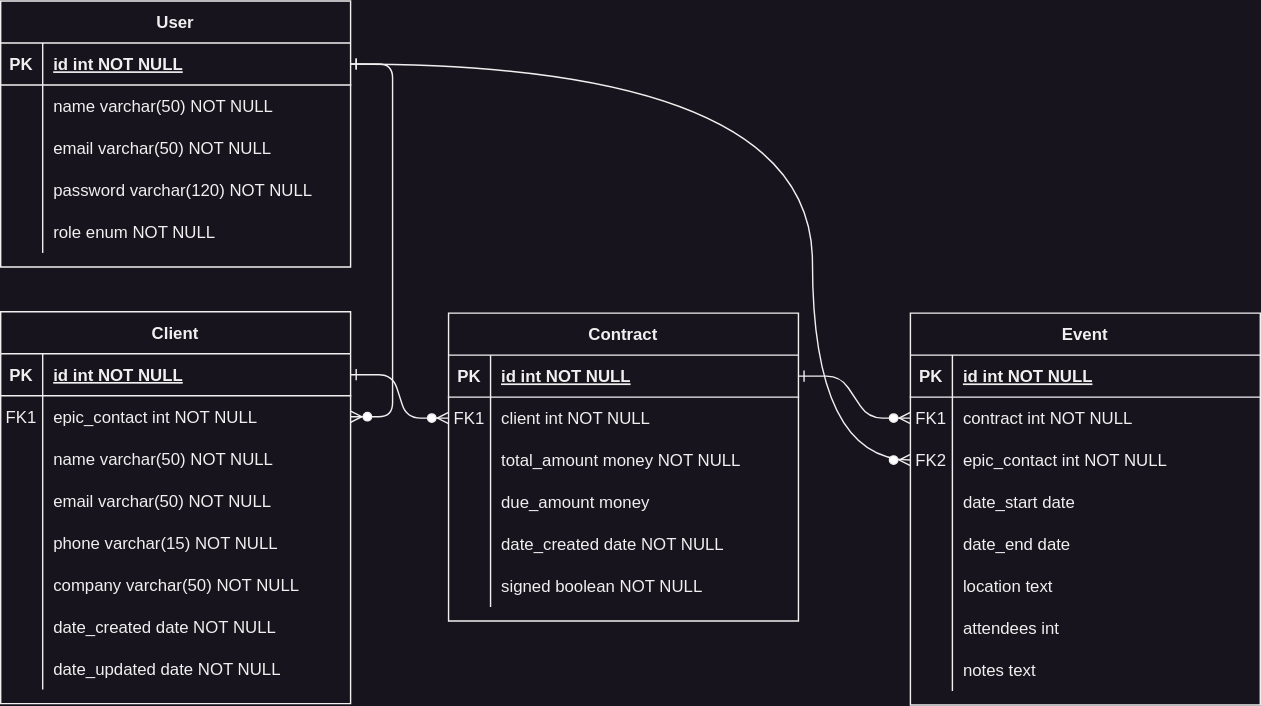
Earlier version of the draw.io export ERD.svg (DaGuinci/epicevents). Source tidied: cells renumbered, new cells last; positions are measured from the earlier drawing's top-left corner, leaving out a move shared by most shapes.
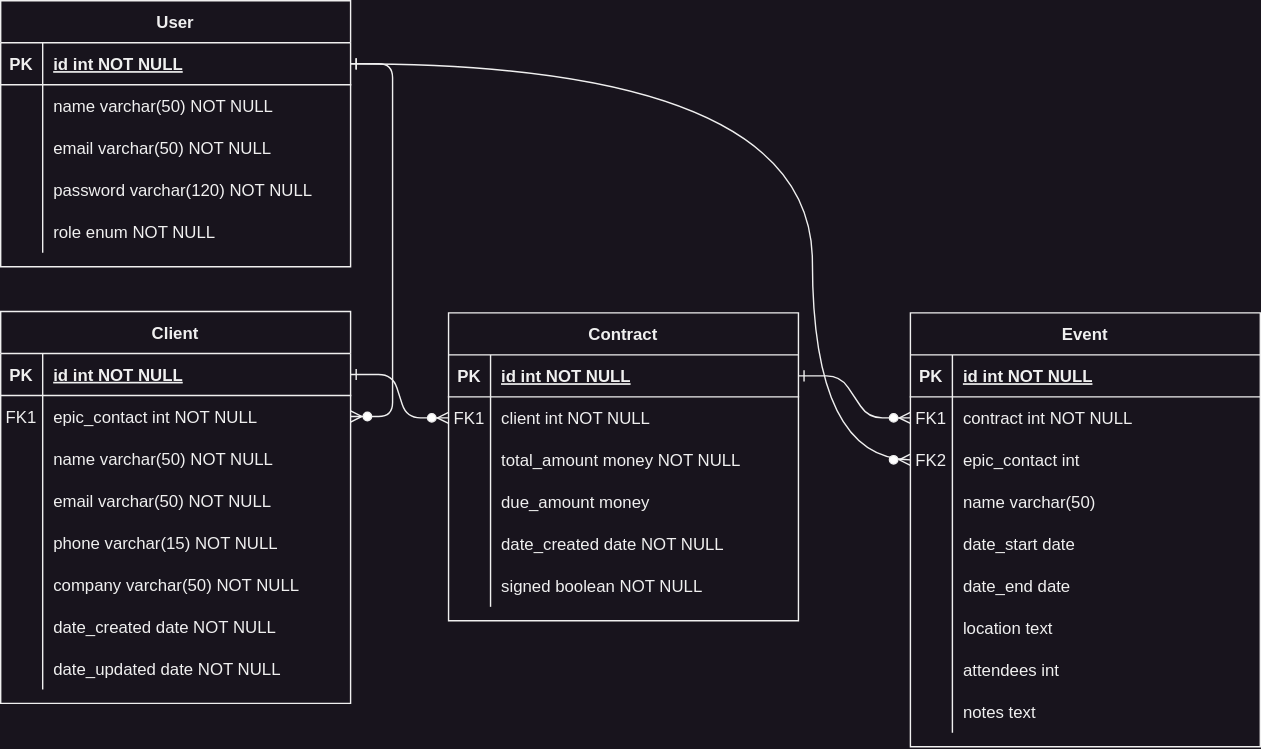
The same diagram one commit later.

The edit, as a diff of the source:
```diff
@@ -189,7 +189,7 @@
       <mxGeometry x="30" width="220" height="30" as="geometry" />
     </mxCell>
     <mxCell id="64" value="Event" style="shape=table;startSize=30;rowLines=0;fontStyle=1;align=center;" parent="1" vertex="1">
-      <mxGeometry x="650" y="223" width="250" height="280" as="geometry" />
+      <mxGeometry x="650" y="223" width="250" height="310" as="geometry" />
     </mxCell>
     <mxCell id="65" style="shape=partialRectangle;fillColor=none;top=0;left=0;right=0;bottom=1;" parent="64" vertex="1">
       <mxGeometry y="30" width="250" height="30" as="geometry" />
@@ -215,11 +215,20 @@
     <mxCell id="72" value="FK2" style="shape=partialRectangle;overflow=hidden;fillColor=none;top=0;left=0;bottom=0;right=0;" parent="71" vertex="1">
       <mxGeometry width="30" height="30" as="geometry" />
     </mxCell>
-    <mxCell id="73" value="epic_contact int NOT NULL" style="shape=partialRectangle;overflow=hidden;fillColor=none;top=0;left=0;bottom=0;right=0;align=left;spacingLeft=6;" parent="71" vertex="1">
+    <mxCell id="73" value="epic_contact int" style="shape=partialRectangle;overflow=hidden;fillColor=none;top=0;left=0;bottom=0;right=0;align=left;spacingLeft=6;" parent="71" vertex="1">
       <mxGeometry x="30" width="220" height="30" as="geometry" />
     </mxCell>
+    <mxCell id="91" style="shape=partialRectangle;fillColor=none;top=0;left=0;right=0;bottom=0;" parent="64" vertex="1">
+      <mxGeometry y="120" width="250" height="30" as="geometry" />
+    </mxCell>
+    <mxCell id="92" style="shape=partialRectangle;overflow=hidden;fillColor=none;top=0;left=0;bottom=0;right=0;" parent="91" vertex="1">
+      <mxGeometry width="30" height="30" as="geometry" />
+    </mxCell>
+    <mxCell id="93" value="name varchar(50)" style="shape=partialRectangle;overflow=hidden;fillColor=none;top=0;left=0;bottom=0;right=0;align=left;spacingLeft=6;" parent="91" vertex="1">
+      <mxGeometry x="30" width="220" height="30" as="geometry" />
+    </mxCell>
     <mxCell id="74" style="shape=partialRectangle;fillColor=none;top=0;left=0;right=0;bottom=0;" parent="64" vertex="1">
-      <mxGeometry y="120" width="250" height="30" as="geometry" />
+      <mxGeometry y="150" width="250" height="30" as="geometry" />
     </mxCell>
     <mxCell id="75" style="shape=partialRectangle;overflow=hidden;fillColor=none;top=0;left=0;bottom=0;right=0;" parent="74" vertex="1">
       <mxGeometry width="30" height="30" as="geometry" />
@@ -228,7 +237,7 @@
       <mxGeometry x="30" width="220" height="30" as="geometry" />
     </mxCell>
     <mxCell id="77" style="shape=partialRectangle;fillColor=none;top=0;left=0;right=0;bottom=0;" parent="64" vertex="1">
-      <mxGeometry y="150" width="250" height="30" as="geometry" />
+      <mxGeometry y="180" width="250" height="30" as="geometry" />
     </mxCell>
     <mxCell id="78" style="shape=partialRectangle;overflow=hidden;fillColor=none;top=0;left=0;bottom=0;right=0;" parent="77" vertex="1">
       <mxGeometry width="30" height="30" as="geometry" />
@@ -237,7 +246,7 @@
       <mxGeometry x="30" width="220" height="30" as="geometry" />
     </mxCell>
     <mxCell id="80" style="shape=partialRectangle;fillColor=none;top=0;left=0;right=0;bottom=0;" parent="64" vertex="1">
-      <mxGeometry y="180" width="250" height="30" as="geometry" />
+      <mxGeometry y="210" width="250" height="30" as="geometry" />
     </mxCell>
     <mxCell id="81" style="shape=partialRectangle;overflow=hidden;fillColor=none;top=0;left=0;bottom=0;right=0;" parent="80" vertex="1">
       <mxGeometry width="30" height="30" as="geometry" />
@@ -246,7 +255,7 @@
       <mxGeometry x="30" width="220" height="30" as="geometry" />
     </mxCell>
     <mxCell id="83" style="shape=partialRectangle;fillColor=none;top=0;left=0;right=0;bottom=0;" parent="64" vertex="1">
-      <mxGeometry y="210" width="250" height="30" as="geometry" />
+      <mxGeometry y="240" width="250" height="30" as="geometry" />
     </mxCell>
     <mxCell id="84" style="shape=partialRectangle;overflow=hidden;fillColor=none;top=0;left=0;bottom=0;right=0;" parent="83" vertex="1">
       <mxGeometry width="30" height="30" as="geometry" />
@@ -255,7 +264,7 @@
       <mxGeometry x="30" width="220" height="30" as="geometry" />
     </mxCell>
     <mxCell id="86" style="shape=partialRectangle;fillColor=none;top=0;left=0;right=0;bottom=0;" parent="64" vertex="1">
-      <mxGeometry y="240" width="250" height="30" as="geometry" />
+      <mxGeometry y="270" width="250" height="30" as="geometry" />
     </mxCell>
     <mxCell id="87" style="shape=partialRectangle;overflow=hidden;fillColor=none;top=0;left=0;bottom=0;right=0;" parent="86" vertex="1">
       <mxGeometry width="30" height="30" as="geometry" />
```
